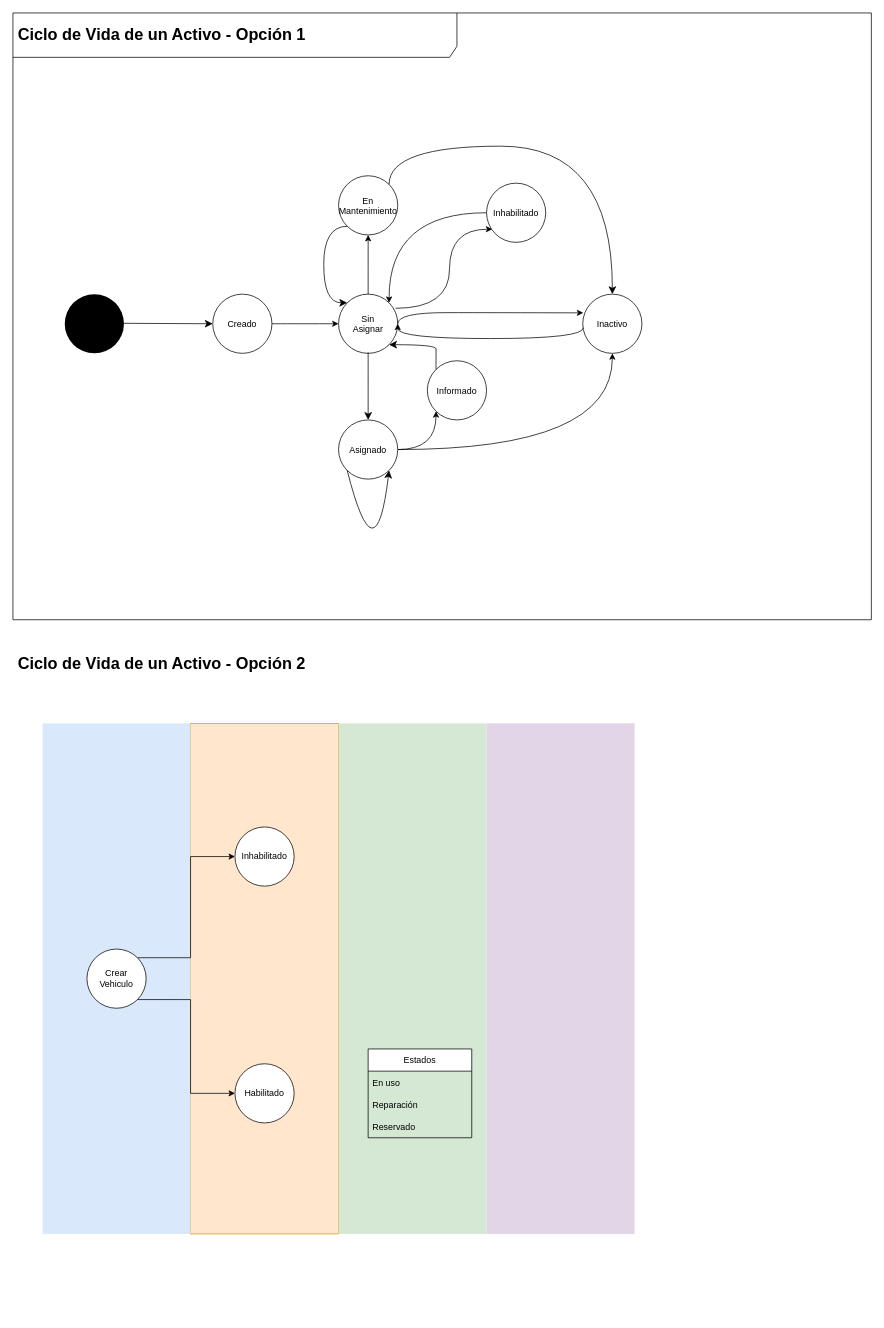
This is _docs/ciclo_vida_activo.drawio from proyecto-oilstone/assets, a draw.io file, before an edit. Source tidied: cells renumbered, new cells numbered last; positions are measured from the earlier drawing's top-left corner, leaving out a move shared by most shapes. Both pictures are drawn from the tidied source at 74%, with x=0, y=0 at pixel (13, 13).
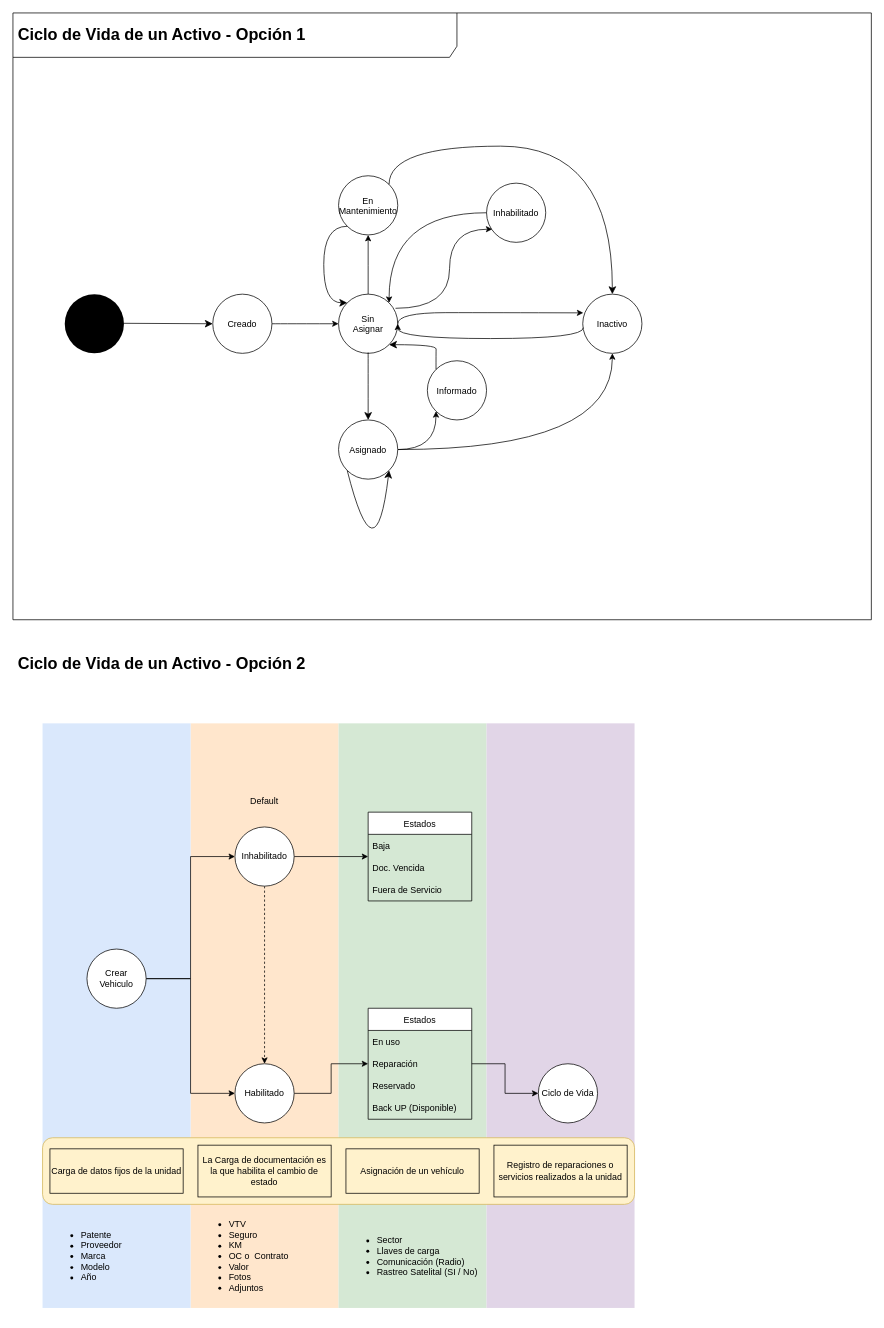
After the change.

Unchanged cells that the change refers to:
```xml
<mxCell id="30" value="Crear Vehiculo" style="ellipse;whiteSpace=wrap;html=1;" parent="1" vertex="1">
  <mxGeometry x="100" y="1265" width="80" height="80" as="geometry" />
</mxCell>
<mxCell id="33" value="Inhabilitado" style="ellipse;whiteSpace=wrap;html=1;" parent="1" vertex="1">
  <mxGeometry x="300" y="1100" width="80" height="80" as="geometry" />
</mxCell>
<mxCell id="34" value="Habilitado" style="ellipse;whiteSpace=wrap;html=1;" parent="1" vertex="1">
  <mxGeometry x="300" y="1420" width="80" height="80" as="geometry" />
</mxCell>
<mxCell id="37" value="Reparación" style="text;strokeColor=none;fillColor=none;align=left;verticalAlign=middle;spacingLeft=4;spacingRight=4;overflow=hidden;points=[[0,0.5],[1,0.5]];portConstraint=eastwest;" parent="35" vertex="1">
  <mxGeometry y="60" width="140" height="30" as="geometry" />
</mxCell>
```

Change to the diagram source:
```diff
@@
+    <mxCell id="3" value="&lt;font style=&quot;font-size: 22px&quot;&gt;&lt;b&gt;Ciclo de Vida de un Activo - Opción 2&lt;/b&gt;&lt;/font&gt;" style="shape=umlFrame;whiteSpace=wrap;html=1;width=600;height=60;boundedLbl=1;verticalAlign=middle;align=left;spacingLeft=5;strokeColor=none;" parent="1" vertex="1">
+      <mxGeometry y="850" width="1160" height="910" as="geometry" />
+    </mxCell>
-    <mxCell id="2" style="rounded=0;whiteSpace=wrap;html=1;fillColor=#ffe6cc;strokeColor=#d79b00;" parent="1" vertex="1">
-      <mxGeometry x="240" y="960" width="200" height="690" as="geometry" />
+    <mxCell id="2" style="rounded=0;whiteSpace=wrap;html=1;fillColor=#ffe6cc;strokeColor=none;" parent="1" vertex="1">
+      <mxGeometry x="240" y="960" width="200" height="790" as="geometry" />
     </mxCell>
-    <mxCell id="3" value="&lt;font style=&quot;font-size: 22px&quot;&gt;&lt;b&gt;Ciclo de Vida de un Activo - Opción 2&lt;/b&gt;&lt;/font&gt;" style="shape=umlFrame;whiteSpace=wrap;html=1;width=600;height=60;boundedLbl=1;verticalAlign=middle;align=left;spacingLeft=5;strokeColor=none;" parent="1" vertex="1">
-      <mxGeometry y="850" width="1160" height="820" as="geometry" />
-    </mxCell>
     <mxCell id="4" style="rounded=0;whiteSpace=wrap;html=1;fillColor=#dae8fc;strokeColor=none;" parent="1" vertex="1">
-      <mxGeometry x="40" y="960" width="200" height="690" as="geometry" />
+      <mxGeometry x="40" y="960" width="200" height="790" as="geometry" />
     </mxCell>
@@
-    <mxCell id="28" style="edgeStyle=orthogonalEdgeStyle;rounded=0;jettySize=auto;html=1;exitX=1;exitY=0;exitDx=0;exitDy=0;entryX=0;entryY=0.5;entryDx=0;entryDy=0;" parent="1" edge="1" source="30" target="33">
+    <mxCell id="28" style="edgeStyle=orthogonalEdgeStyle;rounded=0;jettySize=auto;html=1;exitX=1;exitY=0.5;exitDx=0;exitDy=0;entryX=0;entryY=0.5;entryDx=0;entryDy=0;" parent="1" edge="1" source="30" target="33">
       <mxGeometry relative="1" as="geometry" />
     </mxCell>
-    <mxCell id="29" style="edgeStyle=orthogonalEdgeStyle;rounded=0;jettySize=auto;html=1;exitX=1;exitY=1;exitDx=0;exitDy=0;entryX=0;entryY=0.5;entryDx=0;entryDy=0;" parent="1" edge="1" source="30" target="34">
+    <mxCell id="29" style="edgeStyle=orthogonalEdgeStyle;rounded=0;jettySize=auto;html=1;exitX=1;exitY=0.5;exitDx=0;exitDy=0;entryX=0;entryY=0.5;entryDx=0;entryDy=0;" parent="1" edge="1" source="30" target="34">
       <mxGeometry relative="1" as="geometry" />
     </mxCell>
@@
     <mxCell id="31" style="rounded=0;whiteSpace=wrap;html=1;fillColor=#d5e8d4;strokeColor=none;" parent="1" vertex="1">
-      <mxGeometry x="440" y="960" width="200" height="690" as="geometry" />
+      <mxGeometry x="440" y="960" width="200" height="790" as="geometry" />
     </mxCell>
     <mxCell id="32" style="rounded=0;whiteSpace=wrap;html=1;fillColor=#e1d5e7;strokeColor=none;" parent="1" vertex="1">
-      <mxGeometry x="640" y="960" width="200" height="690" as="geometry" />
+      <mxGeometry x="640" y="960" width="200" height="790" as="geometry" />
     </mxCell>
+    <mxCell id="39" style="edgeStyle=orthogonalEdgeStyle;rounded=0;jettySize=auto;html=1;exitX=1;exitY=0.5;exitDx=0;exitDy=0;" parent="1" edge="1" source="33" target="43">
+      <mxGeometry relative="1" as="geometry" />
+    </mxCell>
+    <mxCell id="40" style="edgeStyle=orthogonalEdgeStyle;rounded=0;jettySize=auto;html=1;exitX=0.5;exitY=1;exitDx=0;exitDy=0;entryX=0.5;entryY=0;entryDx=0;entryDy=0;dashed=1;" parent="1" edge="1" source="33" target="34">
+      <mxGeometry relative="1" as="geometry" />
+    </mxCell>
@@
+    <mxCell id="41" style="edgeStyle=orthogonalEdgeStyle;rounded=0;jettySize=auto;html=1;exitX=1;exitY=0.5;exitDx=0;exitDy=0;entryX=0;entryY=0.5;entryDx=0;entryDy=0;" parent="1" edge="1" source="34" target="37">
+      <mxGeometry relative="1" as="geometry" />
+    </mxCell>
@@
     <mxCell id="35" value="Estados" style="swimlane;fontStyle=0;horizontal=1;startSize=30;" parent="1" vertex="1">
-      <mxGeometry x="480" y="1400" width="140" height="120" as="geometry" />
+      <mxGeometry x="480" y="1345" width="140" height="150" as="geometry" />
     </mxCell>
@@
+    <mxCell id="42" value="Back UP (Disponible)" style="text;strokeColor=none;fillColor=none;align=left;verticalAlign=middle;spacingLeft=4;spacingRight=4;overflow=hidden;" parent="35" vertex="1">
+      <mxGeometry y="120" width="140" height="30" as="geometry" />
+    </mxCell>
+    <mxCell id="43" value="Estados" style="swimlane;fontStyle=0;horizontal=1;startSize=30;" parent="1" vertex="1">
+      <mxGeometry x="480" y="1080" width="140" height="120" as="geometry" />
+    </mxCell>
+    <mxCell id="44" value="Baja" style="text;strokeColor=none;fillColor=none;align=left;verticalAlign=middle;spacingLeft=4;spacingRight=4;overflow=hidden;" parent="43" vertex="1">
+      <mxGeometry y="30" width="140" height="30" as="geometry" />
+    </mxCell>
+    <mxCell id="45" value="Doc. Vencida" style="text;strokeColor=none;fillColor=none;align=left;verticalAlign=middle;spacingLeft=4;spacingRight=4;overflow=hidden;" parent="43" vertex="1">
+      <mxGeometry y="60" width="140" height="30" as="geometry" />
+    </mxCell>
+    <mxCell id="46" value="Fuera de Servicio" style="text;strokeColor=none;fillColor=none;align=left;verticalAlign=middle;spacingLeft=4;spacingRight=4;overflow=hidden;" parent="43" vertex="1">
+      <mxGeometry y="90" width="140" height="30" as="geometry" />
+    </mxCell>
+    <mxCell id="47" value="Default" style="text;html=1;strokeColor=none;fillColor=none;align=center;verticalAlign=middle;whiteSpace=wrap;rounded=0;" parent="1" vertex="1">
+      <mxGeometry x="310" y="1050" width="60" height="30" as="geometry" />
+    </mxCell>
+    <mxCell id="48" style="rounded=1;whiteSpace=wrap;html=1;fillColor=#fff2cc;strokeColor=#d6b656;" parent="1" vertex="1">
+      <mxGeometry x="40" y="1520" width="800" height="90" as="geometry" />
+    </mxCell>
+    <mxCell id="49" value="La Carga de documentación es la que habilita el cambio de estado" style="text;html=1;strokeColor=default;fillColor=none;align=center;verticalAlign=middle;whiteSpace=wrap;rounded=0;" parent="1" vertex="1">
+      <mxGeometry x="250" y="1530" width="180" height="70" as="geometry" />
+    </mxCell>
+    <mxCell id="50" value="Carga de datos fijos de la unidad" style="text;html=1;strokeColor=default;fillColor=none;align=center;verticalAlign=middle;whiteSpace=wrap;rounded=0;" parent="1" vertex="1">
+      <mxGeometry x="50" y="1535" width="180" height="60" as="geometry" />
+    </mxCell>
+    <mxCell id="51" value="&lt;ul&gt;&lt;li&gt;&lt;span&gt;Patente&lt;/span&gt;&lt;/li&gt;&lt;li&gt;&lt;span&gt;Proveedor&lt;/span&gt;&lt;/li&gt;&lt;li&gt;&lt;span&gt;Marca&lt;/span&gt;&lt;/li&gt;&lt;li&gt;&lt;span&gt;Modelo&lt;/span&gt;&lt;/li&gt;&lt;li&gt;Año&lt;/li&gt;&lt;/ul&gt;" style="text;html=1;strokeColor=none;fillColor=none;align=left;verticalAlign=middle;whiteSpace=wrap;rounded=0;" parent="1" vertex="1">
+      <mxGeometry x="50" y="1620" width="180" height="120" as="geometry" />
+    </mxCell>
+    <mxCell id="52" value="&lt;ul&gt;&lt;li&gt;VTV&lt;/li&gt;&lt;li&gt;&lt;span&gt;Seguro&lt;/span&gt;&lt;/li&gt;&lt;li&gt;KM&lt;/li&gt;&lt;li&gt;OC o&amp;nbsp; Contrato&lt;/li&gt;&lt;li&gt;Valor&lt;/li&gt;&lt;li&gt;Fotos&lt;/li&gt;&lt;li&gt;Adjuntos&lt;/li&gt;&lt;/ul&gt;" style="text;html=1;strokeColor=none;fillColor=none;align=left;verticalAlign=middle;whiteSpace=wrap;rounded=0;" parent="1" vertex="1">
+      <mxGeometry x="250" y="1620" width="180" height="120" as="geometry" />
+    </mxCell>
+    <mxCell id="53" value="Asignación de un vehículo" style="text;html=1;strokeColor=default;fillColor=none;align=center;verticalAlign=middle;whiteSpace=wrap;rounded=0;" parent="1" vertex="1">
+      <mxGeometry x="450" y="1535" width="180" height="60" as="geometry" />
+    </mxCell>
+    <mxCell id="54" value="&lt;ul&gt;&lt;li&gt;Sector&lt;/li&gt;&lt;li&gt;Llaves de carga&lt;/li&gt;&lt;li&gt;Comunicación (Radio)&lt;/li&gt;&lt;li&gt;Rastreo Satelital (SI / No)&lt;/li&gt;&lt;/ul&gt;" style="text;html=1;strokeColor=none;fillColor=none;align=left;verticalAlign=middle;whiteSpace=wrap;rounded=0;" parent="1" vertex="1">
+      <mxGeometry x="450" y="1620" width="180" height="120" as="geometry" />
+    </mxCell>
+    <mxCell id="55" value="Ciclo de Vida" style="ellipse;whiteSpace=wrap;html=1;" parent="1" vertex="1">
+      <mxGeometry x="710" y="1420" width="80" height="80" as="geometry" />
+    </mxCell>
+    <mxCell id="56" value="Registro de reparaciones o servicios realizados a la unidad" style="text;html=1;strokeColor=default;fillColor=none;align=center;verticalAlign=middle;whiteSpace=wrap;rounded=0;" parent="1" vertex="1">
+      <mxGeometry x="650" y="1530" width="180" height="70" as="geometry" />
+    </mxCell>
+    <mxCell id="57" style="edgeStyle=orthogonalEdgeStyle;rounded=0;jettySize=auto;html=1;exitX=1;exitY=0.5;exitDx=0;exitDy=0;" parent="1" edge="1" source="37" target="55">
+      <mxGeometry relative="1" as="geometry" />
+    </mxCell>
```
